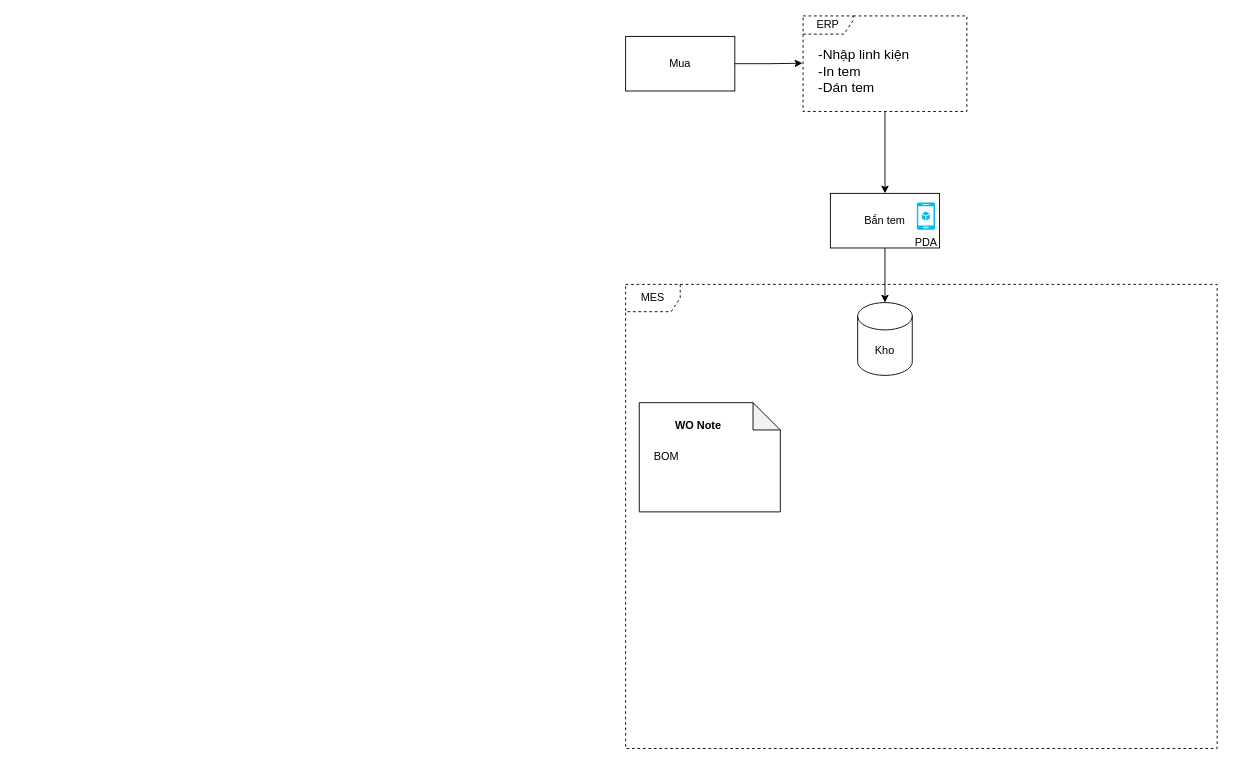
Before: Mes-erp.drawio in hainv8876/Doc, a draw.io diagram. Source tidied: cells renumbered, new cells numbered last; positions are measured from the earlier drawing's top-left corner, leaving out a move shared by most shapes. Both pictures are drawn from the tidied source at 91%, with x=0, y=0 at pixel (625, 15).
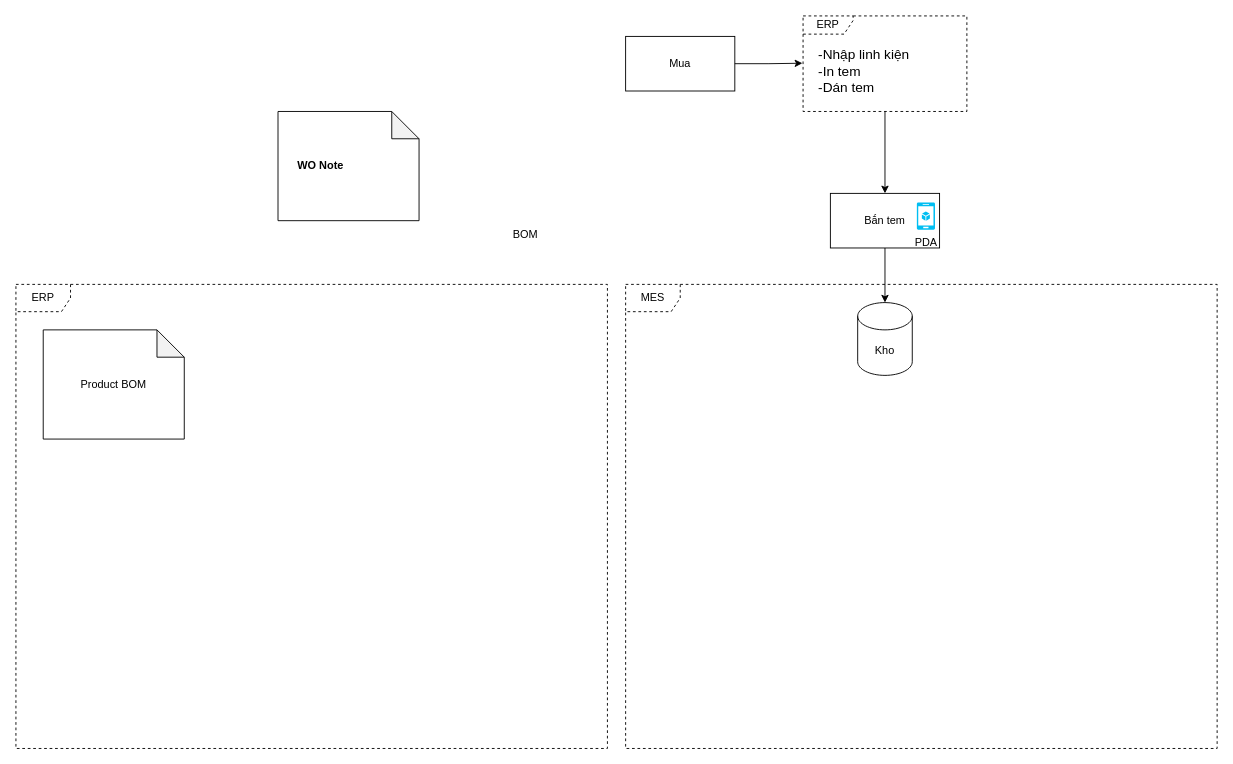
After the change.

The edit, as a diff of the source:
```diff
@@
 <mxGraphModel>
   <root>
     <mxCell id="0" />
     <mxCell id="1" parent="0" />
     <mxCell id="2" value="Kho" style="shape=cylinder3;whiteSpace=wrap;html=1;boundedLbl=1;backgroundOutline=1;size=15;" parent="1" vertex="1">
       <mxGeometry x="255" y="315" width="60" height="80" as="geometry" />
     </mxCell>
     <mxCell id="3" value="Mua" style="rounded=0;whiteSpace=wrap;html=1;" parent="1" vertex="1">
       <mxGeometry y="22.5" width="120" height="60" as="geometry" />
     </mxCell>
     <mxCell id="4" style="edgeStyle=orthogonalEdgeStyle;rounded=0;jettySize=auto;html=1;entryX=0.5;entryY=0;entryDx=0;entryDy=0;" parent="1" edge="1" source="5" target="12">
       <mxGeometry relative="1" as="geometry" />
     </mxCell>
     <mxCell id="5" value="ERP" style="shape=umlFrame;whiteSpace=wrap;html=1;dashed=1;width=55;height=20;" parent="1" vertex="1">
       <mxGeometry x="195" width="180" height="105" as="geometry" />
     </mxCell>
     <mxCell id="6" value="-Nhập linh kiện&lt;br&gt;-In tem&lt;div&gt;-Dán tem&lt;/div&gt;" style="text;html=1;align=left;verticalAlign=middle;whiteSpace=wrap;rounded=0;fontSize=15;" parent="1" vertex="1">
       <mxGeometry x="210" y="45" width="205" height="30" as="geometry" />
     </mxCell>
     <mxCell id="7" style="edgeStyle=orthogonalEdgeStyle;rounded=0;jettySize=auto;html=1;entryX=-0.004;entryY=0.495;entryDx=0;entryDy=0;entryPerimeter=0;" parent="1" edge="1" source="3" target="5">
       <mxGeometry relative="1" as="geometry" />
     </mxCell>
     <mxCell id="8" style="edgeStyle=orthogonalEdgeStyle;rounded=0;jettySize=auto;html=1;entryX=0.5;entryY=0;entryDx=0;entryDy=0;entryPerimeter=0;" parent="1" edge="1" source="12" target="2">
       <mxGeometry relative="1" as="geometry" />
     </mxCell>
     <mxCell id="9" value="MES" style="shape=umlFrame;whiteSpace=wrap;html=1;dashed=1;" parent="1" vertex="1">
       <mxGeometry y="295" width="650" height="510" as="geometry" />
     </mxCell>
     <mxCell id="10" style="shape=note;whiteSpace=wrap;html=1;backgroundOutline=1;darkOpacity=0.05;" parent="1" vertex="1">
-      <mxGeometry x="15" y="425" width="155" height="120" as="geometry" />
+      <mxGeometry x="-382" y="105" width="155" height="120" as="geometry" />
     </mxCell>
     <mxCell id="11" style="group;" parent="1" vertex="1">
       <mxGeometry x="225" y="195" width="120" height="60" as="geometry" />
     </mxCell>
     <mxCell id="12" value="Bắn tem" style="rounded=0;whiteSpace=wrap;html=1;" parent="11" vertex="1">
       <mxGeometry width="120" height="60" as="geometry" />
     </mxCell>
     <mxCell id="13" value="PDA" style="verticalLabelPosition=bottom;html=1;verticalAlign=top;align=center;strokeColor=none;fillColor=#00BEF2;shape=mxgraph.azure.mobile_services;" parent="11" vertex="1">
       <mxGeometry x="95" y="10" width="20" height="30" as="geometry" />
     </mxCell>
     <mxCell id="14" value="BOM" style="text;html=1;align=center;verticalAlign=middle;whiteSpace=wrap;rounded=0;" parent="1" vertex="1">
-      <mxGeometry x="15" y="470" width="60" height="30" as="geometry" />
+      <mxGeometry x="-140" y="225" width="60" height="30" as="geometry" />
     </mxCell>
     <mxCell id="15" value="&lt;b&gt;WO Note&lt;/b&gt;" style="text;html=1;align=center;verticalAlign=middle;whiteSpace=wrap;rounded=0;" parent="1" vertex="1">
-      <mxGeometry x="50" y="435" width="60" height="30" as="geometry" />
+      <mxGeometry x="-365" y="150" width="60" height="30" as="geometry" />
     </mxCell>
+    <mxCell id="16" value="ERP" style="shape=umlFrame;whiteSpace=wrap;html=1;dashed=1;" parent="1" vertex="1">
+      <mxGeometry x="-670" y="295" width="650" height="510" as="geometry" />
+    </mxCell>
+    <mxCell id="17" value="Product BOM" style="shape=note;whiteSpace=wrap;html=1;backgroundOutline=1;darkOpacity=0.05;" parent="1" vertex="1">
+      <mxGeometry x="-640" y="345" width="155" height="120" as="geometry" />
+    </mxCell>
   </root>
 </mxGraphModel>
```
